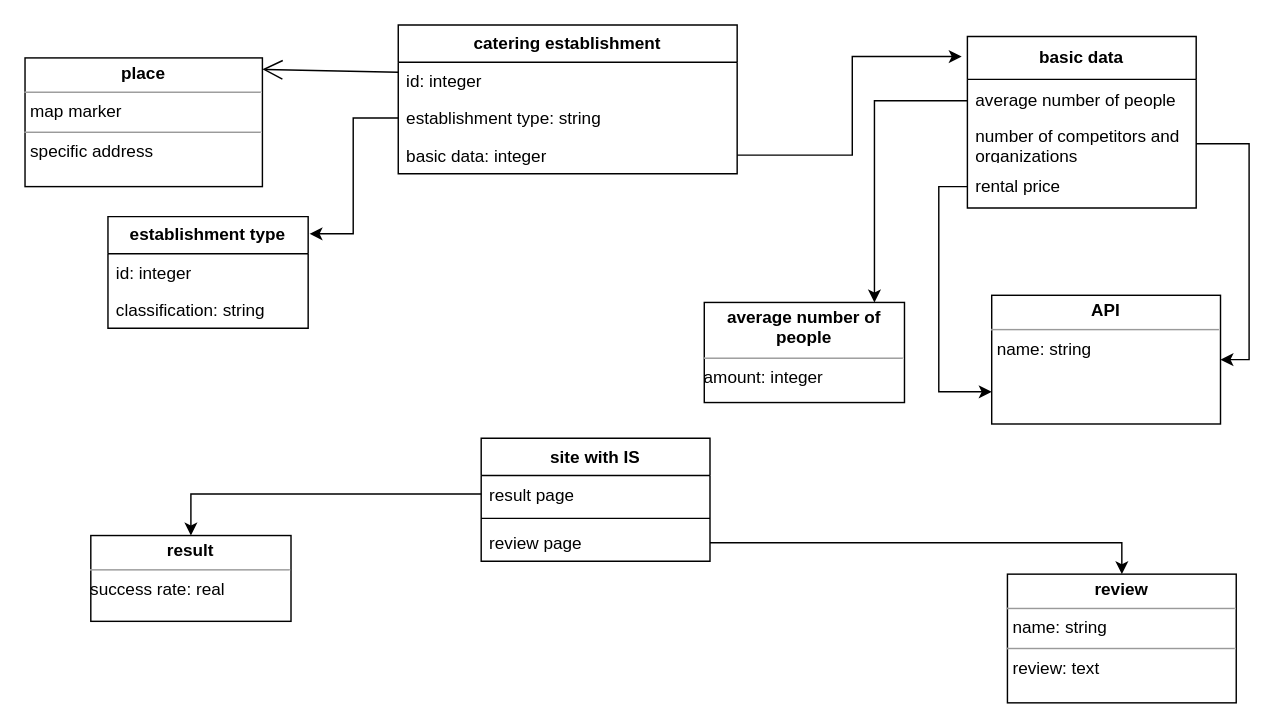
Above: Диаграмма классов.drawio in elmirhismatov/Diplom (draw.io), before the change. Source tidied: cells renumbered, new cells numbered last; positions are measured from the earlier drawing's top-left corner, leaving out a move shared by most shapes. Both pictures are drawn from the tidied source at 143%, with x=0, y=0 at pixel (24, 24).
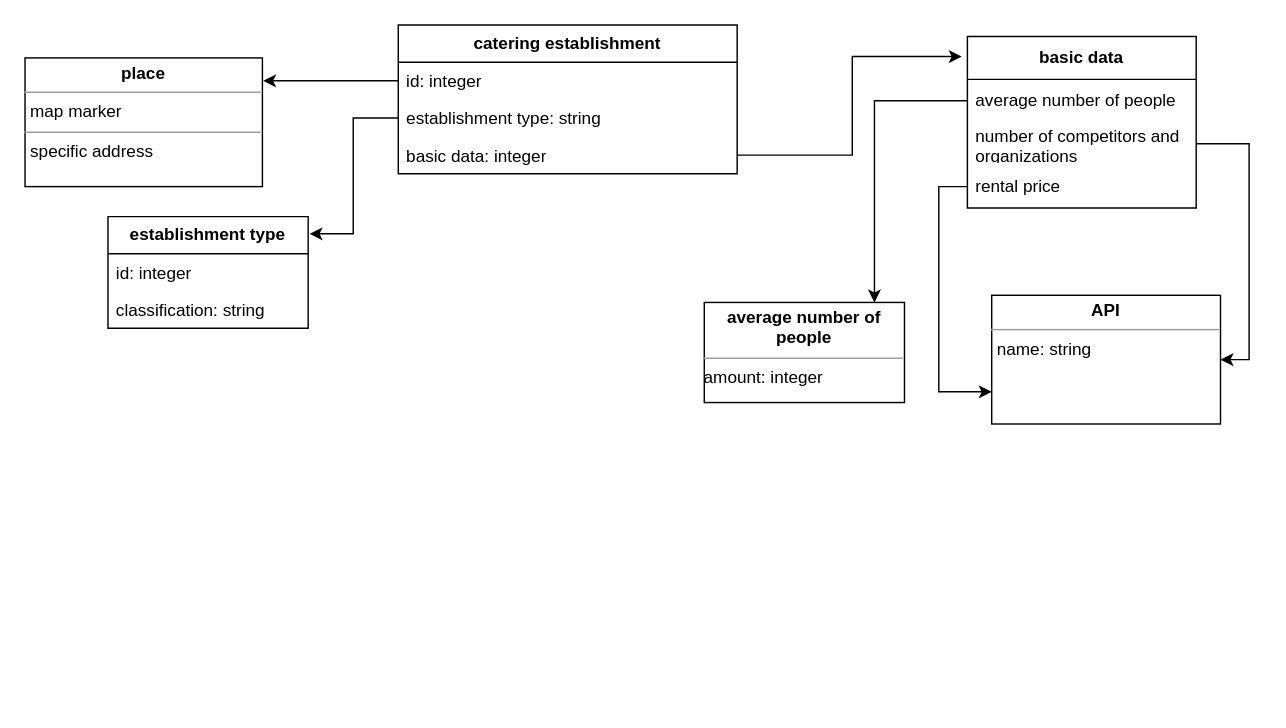
After the change.

Unchanged cells that the change refers to:
```xml
<mxCell id="3" value="id: integer" style="text;strokeColor=none;fillColor=none;align=left;verticalAlign=top;spacingLeft=4;spacingRight=4;overflow=hidden;points=[[0,0.5],[1,0.5]];portConstraint=eastwest;whiteSpace=wrap;html=1;" parent="2" vertex="1">
  <mxGeometry y="26" width="237" height="26" as="geometry" />
</mxCell>
<mxCell id="18" value="&lt;p style=&quot;margin:0px;margin-top:4px;text-align:center;&quot;&gt;&lt;b&gt;place&lt;/b&gt;&lt;br&gt;&lt;/p&gt;&lt;hr size=&quot;1&quot;&gt;&lt;p style=&quot;margin:0px;margin-left:4px;&quot;&gt;map marker&lt;br&gt;&lt;/p&gt;&lt;hr size=&quot;1&quot;&gt;&lt;p style=&quot;margin:0px;margin-left:4px;&quot;&gt;specific address&lt;/p&gt;" style="verticalAlign=top;align=left;overflow=fill;fontSize=12;fontFamily=Helvetica;html=1;whiteSpace=wrap;" parent="1" vertex="1">
  <mxGeometry y="23" width="166" height="90" as="geometry" />
</mxCell>
```

What changed in the source:
```diff
@@
-    <mxCell id="13" value="site with IS" style="swimlane;fontStyle=1;align=center;verticalAlign=top;horizontal=1;startSize=26;whiteSpace=wrap;html=1;" parent="1" vertex="1">
-      <mxGeometry x="319" y="289" width="160" height="86" as="geometry" />
-    </mxCell>
-    <mxCell id="14" value="result page" style="text;strokeColor=none;fillColor=none;align=left;verticalAlign=top;spacingLeft=4;spacingRight=4;overflow=hidden;points=[[0,0.5],[1,0.5]];portConstraint=eastwest;whiteSpace=wrap;html=1;" parent="13" vertex="1">
-      <mxGeometry y="26" width="160" height="26" as="geometry" />
-    </mxCell>
-    <mxCell id="15" style="line;strokeWidth=1;fillColor=none;align=left;verticalAlign=middle;spacingTop=-1;spacingLeft=3;spacingRight=3;labelPosition=right;strokeColor=inherit;" parent="13" vertex="1">
-      <mxGeometry y="52" width="160" height="8" as="geometry" />
-    </mxCell>
-    <mxCell id="16" value="review page" style="text;strokeColor=none;fillColor=none;align=left;verticalAlign=top;spacingLeft=4;spacingRight=4;overflow=hidden;points=[[0,0.5],[1,0.5]];portConstraint=eastwest;whiteSpace=wrap;html=1;" parent="13" vertex="1">
-      <mxGeometry y="60" width="160" height="26" as="geometry" />
-    </mxCell>
-    <mxCell id="17" value="&lt;p style=&quot;margin:0px;margin-top:4px;text-align:center;&quot;&gt;&lt;b&gt;review&lt;/b&gt;&lt;br&gt;&lt;/p&gt;&lt;hr size=&quot;1&quot;&gt;&lt;p style=&quot;margin:0px;margin-left:4px;&quot;&gt;name: string&lt;/p&gt;&lt;hr size=&quot;1&quot;&gt;&lt;p style=&quot;margin:0px;margin-left:4px;&quot;&gt;review: text&lt;/p&gt;" style="verticalAlign=top;align=left;overflow=fill;fontSize=12;fontFamily=Helvetica;html=1;whiteSpace=wrap;" parent="1" vertex="1">
-      <mxGeometry x="687" y="384" width="160" height="90" as="geometry" />
-    </mxCell>
@@
-    <mxCell id="19" style="endArrow=open;endFill=1;endSize=12;html=1;rounded=0;entryX=1;entryY=0.089;entryDx=0;entryDy=0;entryPerimeter=0;exitX=0;exitY=0.269;exitDx=0;exitDy=0;exitPerimeter=0;" parent="1" edge="1" source="3" target="18">
-      <mxGeometry relative="1" as="geometry" />
-    </mxCell>
@@
-    <mxCell id="26" value="&lt;p style=&quot;margin:0px;margin-top:4px;text-align:center;&quot;&gt;&lt;b&gt;result&lt;/b&gt;&lt;br&gt;&lt;/p&gt;&lt;hr size=&quot;1&quot;&gt;&lt;div style=&quot;height:2px;&quot;&gt;success rate: real&lt;/div&gt;" style="verticalAlign=top;align=left;overflow=fill;fontSize=12;fontFamily=Helvetica;html=1;whiteSpace=wrap;" parent="1" vertex="1">
-      <mxGeometry x="46" y="357" width="140" height="60" as="geometry" />
-    </mxCell>
-    <mxCell id="27" style="edgeStyle=orthogonalEdgeStyle;rounded=0;jettySize=auto;html=1;entryX=0.5;entryY=0;entryDx=0;entryDy=0;" parent="1" edge="1" source="14" target="26">
-      <mxGeometry relative="1" as="geometry" />
-    </mxCell>
-    <mxCell id="28" style="edgeStyle=orthogonalEdgeStyle;rounded=0;jettySize=auto;html=1;entryX=0.5;entryY=0;entryDx=0;entryDy=0;" parent="1" edge="1" source="16" target="17">
-      <mxGeometry relative="1" as="geometry" />
-    </mxCell>
@@
+    <mxCell id="19" style="edgeStyle=orthogonalEdgeStyle;rounded=0;jettySize=auto;html=1;entryX=1.003;entryY=0.178;entryDx=0;entryDy=0;entryPerimeter=0;" parent="1" edge="1" source="3" target="18">
+      <mxGeometry relative="1" as="geometry" />
+    </mxCell>
```
